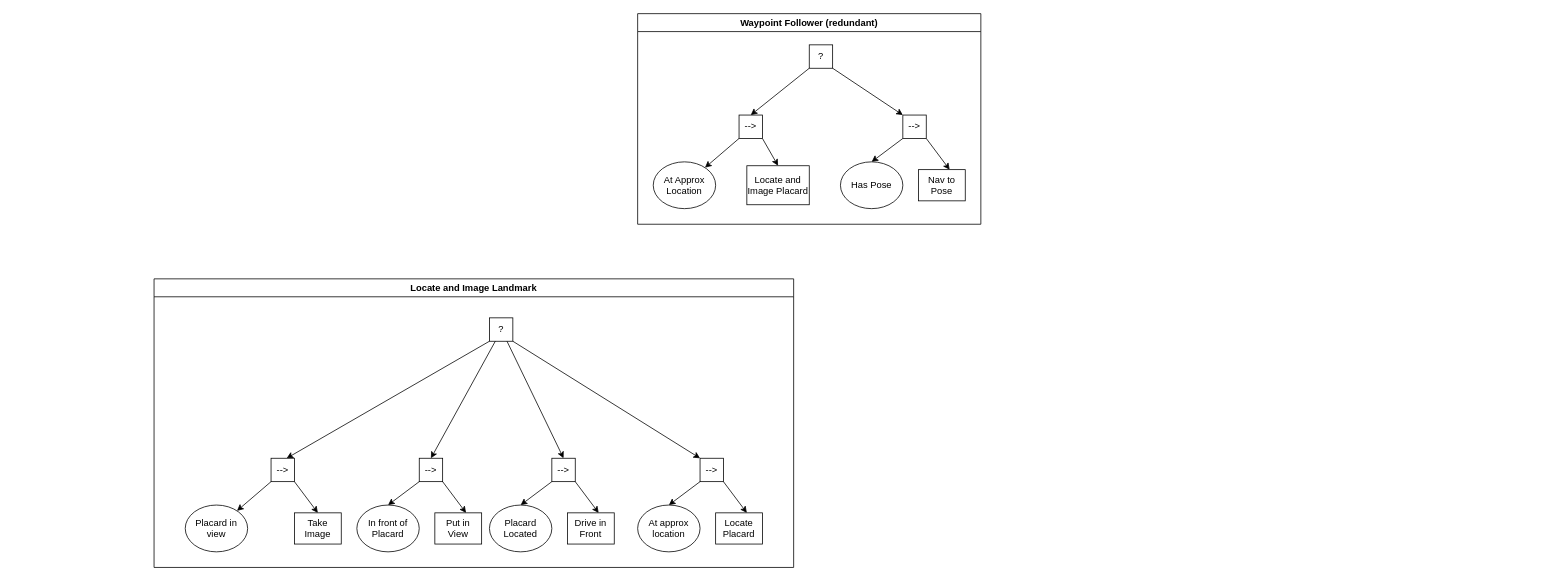
MonashNovaRover/nova keeps this draw.io diagram as src/ros/rover/core/behaviour_tree.drawio. Above is the earlier version. Source tidied: cells renumbered, new cells numbered last; positions are measured from the earlier drawing's top-left corner, leaving out a move shared by most shapes. Both pictures are drawn from the tidied source at 78%, with x=0, y=0 at pixel (154, 13).
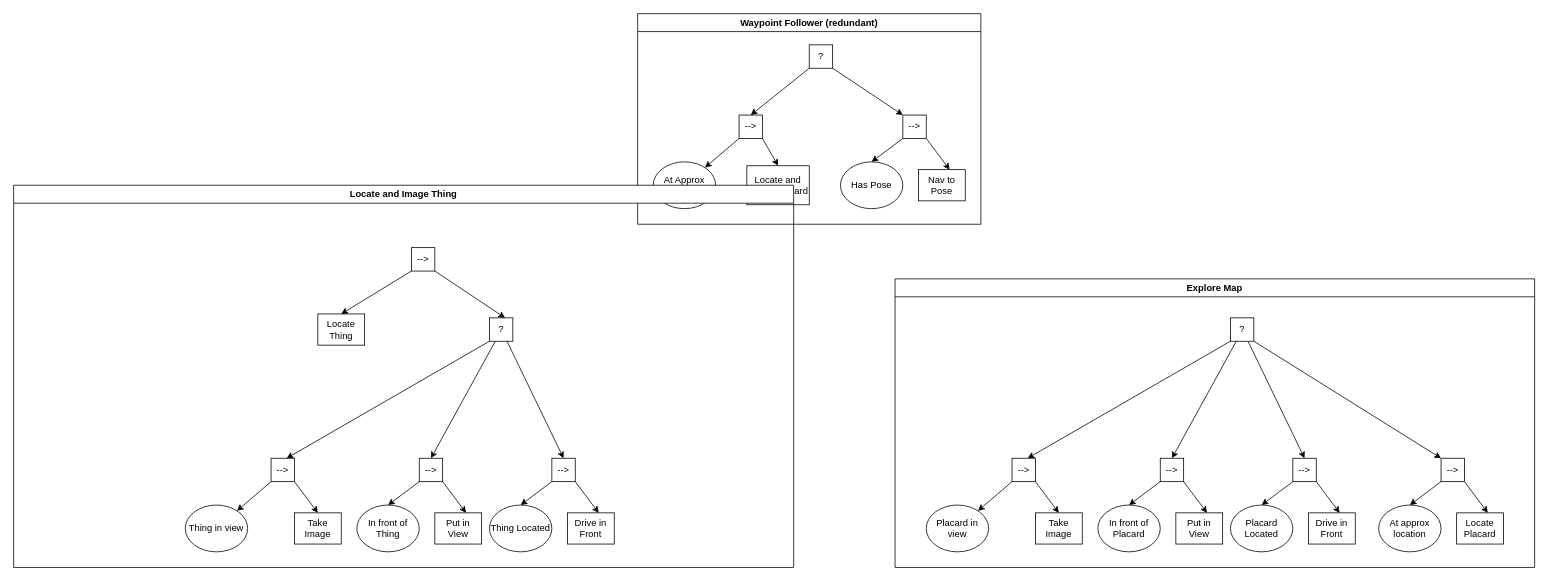
After the change.

Diff of the diagram source:
```diff
@@
-    <mxCell id="2" style="group;" parent="1" vertex="1">
-      <mxGeometry y="340" width="820" height="370" as="geometry" />
-    </mxCell>
-    <mxCell id="3" value="?" style="rounded=0;whiteSpace=wrap;html=1;" parent="2" vertex="1">
-      <mxGeometry x="430" y="50" width="30" height="30" as="geometry" />
-    </mxCell>
-    <mxCell id="4" style="endArrow=classic;html=1;rounded=0;exitX=0;exitY=1;exitDx=0;exitDy=0;" parent="2" edge="1" source="3">
-      <mxGeometry relative="1" as="geometry">
-        <mxPoint x="170" y="230" as="targetPoint" />
-      </mxGeometry>
-    </mxCell>
-    <mxCell id="5" value="--&amp;gt;" style="rounded=0;whiteSpace=wrap;html=1;" parent="2" vertex="1">
-      <mxGeometry x="150" y="230" width="30" height="30" as="geometry" />
-    </mxCell>
-    <mxCell id="6" value="--&amp;gt;" style="rounded=0;whiteSpace=wrap;html=1;" parent="2" vertex="1">
-      <mxGeometry x="700" y="230" width="30" height="30" as="geometry" />
-    </mxCell>
-    <mxCell id="7" value="--&amp;gt;" style="rounded=0;whiteSpace=wrap;html=1;" parent="2" vertex="1">
-      <mxGeometry x="510" y="230" width="30" height="30" as="geometry" />
-    </mxCell>
-    <mxCell id="8" value="--&amp;gt;" style="rounded=0;whiteSpace=wrap;html=1;" parent="2" vertex="1">
-      <mxGeometry x="340" y="230" width="30" height="30" as="geometry" />
-    </mxCell>
-    <mxCell id="9" style="endArrow=classic;html=1;rounded=0;exitX=0.25;exitY=1;exitDx=0;exitDy=0;entryX=0.5;entryY=0;entryDx=0;entryDy=0;" parent="2" edge="1" source="3" target="8">
-      <mxGeometry relative="1" as="geometry" />
-    </mxCell>
-    <mxCell id="10" style="endArrow=classic;html=1;rounded=0;exitX=0.75;exitY=1;exitDx=0;exitDy=0;entryX=0.5;entryY=0;entryDx=0;entryDy=0;" parent="2" edge="1" source="3" target="7">
-      <mxGeometry relative="1" as="geometry" />
-    </mxCell>
-    <mxCell id="11" style="endArrow=classic;html=1;rounded=0;exitX=1;exitY=1;exitDx=0;exitDy=0;entryX=0;entryY=0;entryDx=0;entryDy=0;" parent="2" edge="1" source="3" target="6">
-      <mxGeometry relative="1" as="geometry" />
-    </mxCell>
-    <mxCell id="12" style="endArrow=classic;html=1;rounded=0;exitX=0;exitY=1;exitDx=0;exitDy=0;" parent="2" edge="1" target="13">
-      <mxGeometry relative="1" as="geometry">
-        <mxPoint x="150" y="260" as="sourcePoint" />
-      </mxGeometry>
-    </mxCell>
-    <mxCell id="13" value="Placard in view" style="ellipse;whiteSpace=wrap;html=1;" parent="2" vertex="1">
-      <mxGeometry x="40" y="290" width="80" height="60" as="geometry" />
-    </mxCell>
-    <mxCell id="14" value="Take Image" style="rounded=0;whiteSpace=wrap;html=1;" parent="2" vertex="1">
-      <mxGeometry x="180" y="300" width="60" height="40" as="geometry" />
-    </mxCell>
-    <mxCell id="15" style="endArrow=classic;html=1;rounded=0;exitX=1;exitY=1;exitDx=0;exitDy=0;entryX=0.5;entryY=0;entryDx=0;entryDy=0;" parent="2" edge="1" source="5" target="14">
-      <mxGeometry relative="1" as="geometry" />
-    </mxCell>
-    <mxCell id="16" value="In front of Placard" style="ellipse;whiteSpace=wrap;html=1;" parent="2" vertex="1">
-      <mxGeometry x="260" y="290" width="80" height="60" as="geometry" />
-    </mxCell>
-    <mxCell id="17" style="endArrow=classic;html=1;rounded=0;exitX=0;exitY=1;exitDx=0;exitDy=0;" parent="2" edge="1">
-      <mxGeometry relative="1" as="geometry">
-        <mxPoint x="340" y="260" as="sourcePoint" />
-        <mxPoint x="300" y="290" as="targetPoint" />
-      </mxGeometry>
-    </mxCell>
-    <mxCell id="18" value="Put in View" style="rounded=0;whiteSpace=wrap;html=1;" parent="2" vertex="1">
-      <mxGeometry x="360" y="300" width="60" height="40" as="geometry" />
-    </mxCell>
-    <mxCell id="19" style="endArrow=classic;html=1;rounded=0;exitX=1;exitY=1;exitDx=0;exitDy=0;entryX=0.5;entryY=0;entryDx=0;entryDy=0;" parent="2" edge="1">
-      <mxGeometry relative="1" as="geometry">
-        <mxPoint x="370" y="260" as="sourcePoint" />
-        <mxPoint x="400" y="300" as="targetPoint" />
-      </mxGeometry>
-    </mxCell>
-    <mxCell id="20" value="Placard Located" style="ellipse;whiteSpace=wrap;html=1;" parent="2" vertex="1">
-      <mxGeometry x="430" y="290" width="80" height="60" as="geometry" />
-    </mxCell>
-    <mxCell id="21" style="endArrow=classic;html=1;rounded=0;exitX=0;exitY=1;exitDx=0;exitDy=0;" parent="2" edge="1">
-      <mxGeometry relative="1" as="geometry">
-        <mxPoint x="510" y="260" as="sourcePoint" />
-        <mxPoint x="470" y="290" as="targetPoint" />
-      </mxGeometry>
-    </mxCell>
-    <mxCell id="22" value="Drive in Front" style="rounded=0;whiteSpace=wrap;html=1;" parent="2" vertex="1">
-      <mxGeometry x="530" y="300" width="60" height="40" as="geometry" />
-    </mxCell>
-    <mxCell id="23" style="endArrow=classic;html=1;rounded=0;exitX=1;exitY=1;exitDx=0;exitDy=0;entryX=0.5;entryY=0;entryDx=0;entryDy=0;" parent="2" edge="1">
-      <mxGeometry relative="1" as="geometry">
-        <mxPoint x="540" y="260" as="sourcePoint" />
-        <mxPoint x="570" y="300" as="targetPoint" />
-      </mxGeometry>
-    </mxCell>
-    <mxCell id="24" value="At approx location" style="ellipse;whiteSpace=wrap;html=1;" parent="2" vertex="1">
-      <mxGeometry x="620" y="290" width="80" height="60" as="geometry" />
-    </mxCell>
-    <mxCell id="25" style="endArrow=classic;html=1;rounded=0;exitX=0;exitY=1;exitDx=0;exitDy=0;" parent="2" edge="1">
-      <mxGeometry relative="1" as="geometry">
-        <mxPoint x="700" y="260" as="sourcePoint" />
-        <mxPoint x="660" y="290" as="targetPoint" />
-      </mxGeometry>
-    </mxCell>
-    <mxCell id="26" value="Locate Placard" style="rounded=0;whiteSpace=wrap;html=1;" parent="2" vertex="1">
-      <mxGeometry x="720" y="300" width="60" height="40" as="geometry" />
-    </mxCell>
-    <mxCell id="27" style="endArrow=classic;html=1;rounded=0;exitX=1;exitY=1;exitDx=0;exitDy=0;entryX=0.5;entryY=0;entryDx=0;entryDy=0;" parent="2" edge="1">
-      <mxGeometry relative="1" as="geometry">
-        <mxPoint x="730" y="260" as="sourcePoint" />
-        <mxPoint x="760" y="300" as="targetPoint" />
-      </mxGeometry>
-    </mxCell>
-    <mxCell id="28" value="Locate and Image Landmark" style="swimlane;whiteSpace=wrap;html=1;" parent="2" vertex="1">
-      <mxGeometry width="820" height="370" as="geometry" />
-    </mxCell>
@@
+    <mxCell id="44" style="group;" parent="1" vertex="1">
+      <mxGeometry x="950" y="340" width="820" height="370" as="geometry" />
+    </mxCell>
+    <mxCell id="45" value="?" style="rounded=0;whiteSpace=wrap;html=1;" parent="44" vertex="1">
+      <mxGeometry x="430" y="50" width="30" height="30" as="geometry" />
+    </mxCell>
+    <mxCell id="46" style="endArrow=classic;html=1;rounded=0;exitX=0;exitY=1;exitDx=0;exitDy=0;" parent="44" edge="1" source="45">
+      <mxGeometry relative="1" as="geometry">
+        <mxPoint x="170" y="230" as="targetPoint" />
+      </mxGeometry>
+    </mxCell>
+    <mxCell id="47" value="--&amp;gt;" style="rounded=0;whiteSpace=wrap;html=1;" parent="44" vertex="1">
+      <mxGeometry x="150" y="230" width="30" height="30" as="geometry" />
+    </mxCell>
+    <mxCell id="48" value="--&amp;gt;" style="rounded=0;whiteSpace=wrap;html=1;" parent="44" vertex="1">
+      <mxGeometry x="700" y="230" width="30" height="30" as="geometry" />
+    </mxCell>
+    <mxCell id="49" value="--&amp;gt;" style="rounded=0;whiteSpace=wrap;html=1;" parent="44" vertex="1">
+      <mxGeometry x="510" y="230" width="30" height="30" as="geometry" />
+    </mxCell>
+    <mxCell id="50" value="--&amp;gt;" style="rounded=0;whiteSpace=wrap;html=1;" parent="44" vertex="1">
+      <mxGeometry x="340" y="230" width="30" height="30" as="geometry" />
+    </mxCell>
+    <mxCell id="51" style="endArrow=classic;html=1;rounded=0;exitX=0.25;exitY=1;exitDx=0;exitDy=0;entryX=0.5;entryY=0;entryDx=0;entryDy=0;" parent="44" edge="1" source="45" target="50">
+      <mxGeometry relative="1" as="geometry" />
+    </mxCell>
+    <mxCell id="52" style="endArrow=classic;html=1;rounded=0;exitX=0.75;exitY=1;exitDx=0;exitDy=0;entryX=0.5;entryY=0;entryDx=0;entryDy=0;" parent="44" edge="1" source="45" target="49">
+      <mxGeometry relative="1" as="geometry" />
+    </mxCell>
+    <mxCell id="53" style="endArrow=classic;html=1;rounded=0;exitX=1;exitY=1;exitDx=0;exitDy=0;entryX=0;entryY=0;entryDx=0;entryDy=0;" parent="44" edge="1" source="45" target="48">
+      <mxGeometry relative="1" as="geometry" />
+    </mxCell>
+    <mxCell id="54" style="endArrow=classic;html=1;rounded=0;exitX=0;exitY=1;exitDx=0;exitDy=0;" parent="44" edge="1" target="55">
+      <mxGeometry relative="1" as="geometry">
+        <mxPoint x="150" y="260" as="sourcePoint" />
+      </mxGeometry>
+    </mxCell>
+    <mxCell id="55" value="Placard in view" style="ellipse;whiteSpace=wrap;html=1;" parent="44" vertex="1">
+      <mxGeometry x="40" y="290" width="80" height="60" as="geometry" />
+    </mxCell>
+    <mxCell id="56" value="Take Image" style="rounded=0;whiteSpace=wrap;html=1;" parent="44" vertex="1">
+      <mxGeometry x="180" y="300" width="60" height="40" as="geometry" />
+    </mxCell>
+    <mxCell id="57" style="endArrow=classic;html=1;rounded=0;exitX=1;exitY=1;exitDx=0;exitDy=0;entryX=0.5;entryY=0;entryDx=0;entryDy=0;" parent="44" edge="1" source="47" target="56">
+      <mxGeometry relative="1" as="geometry" />
+    </mxCell>
+    <mxCell id="58" value="In front of Placard" style="ellipse;whiteSpace=wrap;html=1;" parent="44" vertex="1">
+      <mxGeometry x="260" y="290" width="80" height="60" as="geometry" />
+    </mxCell>
+    <mxCell id="59" style="endArrow=classic;html=1;rounded=0;exitX=0;exitY=1;exitDx=0;exitDy=0;" parent="44" edge="1">
+      <mxGeometry relative="1" as="geometry">
+        <mxPoint x="340" y="260" as="sourcePoint" />
+        <mxPoint x="300" y="290" as="targetPoint" />
+      </mxGeometry>
+    </mxCell>
+    <mxCell id="60" value="Put in View" style="rounded=0;whiteSpace=wrap;html=1;" parent="44" vertex="1">
+      <mxGeometry x="360" y="300" width="60" height="40" as="geometry" />
+    </mxCell>
+    <mxCell id="61" style="endArrow=classic;html=1;rounded=0;exitX=1;exitY=1;exitDx=0;exitDy=0;entryX=0.5;entryY=0;entryDx=0;entryDy=0;" parent="44" edge="1">
+      <mxGeometry relative="1" as="geometry">
+        <mxPoint x="370" y="260" as="sourcePoint" />
+        <mxPoint x="400" y="300" as="targetPoint" />
+      </mxGeometry>
+    </mxCell>
+    <mxCell id="62" value="Placard Located" style="ellipse;whiteSpace=wrap;html=1;" parent="44" vertex="1">
+      <mxGeometry x="430" y="290" width="80" height="60" as="geometry" />
+    </mxCell>
+    <mxCell id="63" style="endArrow=classic;html=1;rounded=0;exitX=0;exitY=1;exitDx=0;exitDy=0;" parent="44" edge="1">
+      <mxGeometry relative="1" as="geometry">
+        <mxPoint x="510" y="260" as="sourcePoint" />
+        <mxPoint x="470" y="290" as="targetPoint" />
+      </mxGeometry>
+    </mxCell>
+    <mxCell id="64" value="Drive in Front" style="rounded=0;whiteSpace=wrap;html=1;" parent="44" vertex="1">
+      <mxGeometry x="530" y="300" width="60" height="40" as="geometry" />
+    </mxCell>
+    <mxCell id="65" style="endArrow=classic;html=1;rounded=0;exitX=1;exitY=1;exitDx=0;exitDy=0;entryX=0.5;entryY=0;entryDx=0;entryDy=0;" parent="44" edge="1">
+      <mxGeometry relative="1" as="geometry">
+        <mxPoint x="540" y="260" as="sourcePoint" />
+        <mxPoint x="570" y="300" as="targetPoint" />
+      </mxGeometry>
+    </mxCell>
+    <mxCell id="24" value="At approx location" style="ellipse;whiteSpace=wrap;html=1;" parent="44" vertex="1">
+      <mxGeometry x="620" y="290" width="80" height="60" as="geometry" />
+    </mxCell>
+    <mxCell id="66" style="endArrow=classic;html=1;rounded=0;exitX=0;exitY=1;exitDx=0;exitDy=0;" parent="44" edge="1">
+      <mxGeometry relative="1" as="geometry">
+        <mxPoint x="700" y="260" as="sourcePoint" />
+        <mxPoint x="660" y="290" as="targetPoint" />
+      </mxGeometry>
+    </mxCell>
+    <mxCell id="67" value="Locate Placard" style="rounded=0;whiteSpace=wrap;html=1;" parent="44" vertex="1">
+      <mxGeometry x="720" y="300" width="60" height="40" as="geometry" />
+    </mxCell>
+    <mxCell id="68" style="endArrow=classic;html=1;rounded=0;exitX=1;exitY=1;exitDx=0;exitDy=0;entryX=0.5;entryY=0;entryDx=0;entryDy=0;" parent="44" edge="1">
+      <mxGeometry relative="1" as="geometry">
+        <mxPoint x="730" y="260" as="sourcePoint" />
+        <mxPoint x="760" y="300" as="targetPoint" />
+      </mxGeometry>
+    </mxCell>
+    <mxCell id="69" value="Explore Map" style="swimlane;whiteSpace=wrap;html=1;" parent="44" vertex="1">
+      <mxGeometry width="820" height="370" as="geometry" />
+    </mxCell>
+    <mxCell id="3" value="?" style="rounded=0;whiteSpace=wrap;html=1;" parent="1" vertex="1">
+      <mxGeometry x="430" y="390" width="30" height="30" as="geometry" />
+    </mxCell>
+    <mxCell id="4" style="endArrow=classic;html=1;rounded=0;exitX=0;exitY=1;exitDx=0;exitDy=0;" parent="1" edge="1" source="3">
+      <mxGeometry relative="1" as="geometry">
+        <mxPoint x="170" y="570" as="targetPoint" />
+      </mxGeometry>
+    </mxCell>
+    <mxCell id="5" value="--&amp;gt;" style="rounded=0;whiteSpace=wrap;html=1;" parent="1" vertex="1">
+      <mxGeometry x="150" y="570" width="30" height="30" as="geometry" />
+    </mxCell>
+    <mxCell id="7" value="--&amp;gt;" style="rounded=0;whiteSpace=wrap;html=1;" parent="1" vertex="1">
+      <mxGeometry x="510" y="570" width="30" height="30" as="geometry" />
+    </mxCell>
+    <mxCell id="8" value="--&amp;gt;" style="rounded=0;whiteSpace=wrap;html=1;" parent="1" vertex="1">
+      <mxGeometry x="340" y="570" width="30" height="30" as="geometry" />
+    </mxCell>
+    <mxCell id="9" style="endArrow=classic;html=1;rounded=0;exitX=0.25;exitY=1;exitDx=0;exitDy=0;entryX=0.5;entryY=0;entryDx=0;entryDy=0;" parent="1" edge="1" source="3" target="8">
+      <mxGeometry relative="1" as="geometry" />
+    </mxCell>
+    <mxCell id="10" style="endArrow=classic;html=1;rounded=0;exitX=0.75;exitY=1;exitDx=0;exitDy=0;entryX=0.5;entryY=0;entryDx=0;entryDy=0;" parent="1" edge="1" source="3" target="7">
+      <mxGeometry relative="1" as="geometry" />
+    </mxCell>
+    <mxCell id="12" style="endArrow=classic;html=1;rounded=0;exitX=0;exitY=1;exitDx=0;exitDy=0;" parent="1" edge="1" target="13">
+      <mxGeometry relative="1" as="geometry">
+        <mxPoint x="150" y="600" as="sourcePoint" />
+      </mxGeometry>
+    </mxCell>
+    <mxCell id="13" value="Thing in view" style="ellipse;whiteSpace=wrap;html=1;" parent="1" vertex="1">
+      <mxGeometry x="40" y="630" width="80" height="60" as="geometry" />
+    </mxCell>
+    <mxCell id="14" value="Take Image" style="rounded=0;whiteSpace=wrap;html=1;" parent="1" vertex="1">
+      <mxGeometry x="180" y="640" width="60" height="40" as="geometry" />
+    </mxCell>
+    <mxCell id="15" style="endArrow=classic;html=1;rounded=0;exitX=1;exitY=1;exitDx=0;exitDy=0;entryX=0.5;entryY=0;entryDx=0;entryDy=0;" parent="1" edge="1" source="5" target="14">
+      <mxGeometry relative="1" as="geometry" />
+    </mxCell>
+    <mxCell id="16" value="In front of Thing" style="ellipse;whiteSpace=wrap;html=1;" parent="1" vertex="1">
+      <mxGeometry x="260" y="630" width="80" height="60" as="geometry" />
+    </mxCell>
+    <mxCell id="17" style="endArrow=classic;html=1;rounded=0;exitX=0;exitY=1;exitDx=0;exitDy=0;" parent="1" edge="1">
+      <mxGeometry relative="1" as="geometry">
+        <mxPoint x="340" y="600" as="sourcePoint" />
+        <mxPoint x="300" y="630" as="targetPoint" />
+      </mxGeometry>
+    </mxCell>
+    <mxCell id="18" value="Put in View" style="rounded=0;whiteSpace=wrap;html=1;" parent="1" vertex="1">
+      <mxGeometry x="360" y="640" width="60" height="40" as="geometry" />
+    </mxCell>
+    <mxCell id="19" style="endArrow=classic;html=1;rounded=0;exitX=1;exitY=1;exitDx=0;exitDy=0;entryX=0.5;entryY=0;entryDx=0;entryDy=0;" parent="1" edge="1">
+      <mxGeometry relative="1" as="geometry">
+        <mxPoint x="370" y="600" as="sourcePoint" />
+        <mxPoint x="400" y="640" as="targetPoint" />
+      </mxGeometry>
+    </mxCell>
+    <mxCell id="20" value="Thing Located" style="ellipse;whiteSpace=wrap;html=1;" parent="1" vertex="1">
+      <mxGeometry x="430" y="630" width="80" height="60" as="geometry" />
+    </mxCell>
+    <mxCell id="21" style="endArrow=classic;html=1;rounded=0;exitX=0;exitY=1;exitDx=0;exitDy=0;" parent="1" edge="1">
+      <mxGeometry relative="1" as="geometry">
+        <mxPoint x="510" y="600" as="sourcePoint" />
+        <mxPoint x="470" y="630" as="targetPoint" />
+      </mxGeometry>
+    </mxCell>
+    <mxCell id="22" value="Drive in Front" style="rounded=0;whiteSpace=wrap;html=1;" parent="1" vertex="1">
+      <mxGeometry x="530" y="640" width="60" height="40" as="geometry" />
+    </mxCell>
+    <mxCell id="23" style="endArrow=classic;html=1;rounded=0;exitX=1;exitY=1;exitDx=0;exitDy=0;entryX=0.5;entryY=0;entryDx=0;entryDy=0;" parent="1" edge="1">
+      <mxGeometry relative="1" as="geometry">
+        <mxPoint x="540" y="600" as="sourcePoint" />
+        <mxPoint x="570" y="640" as="targetPoint" />
+      </mxGeometry>
+    </mxCell>
+    <mxCell id="28" value="Locate and Image Thing" style="swimlane;whiteSpace=wrap;html=1;" parent="1" vertex="1">
+      <mxGeometry x="-180" y="220" width="1000" height="490" as="geometry" />
+    </mxCell>
+    <mxCell id="6" value="--&amp;gt;" style="rounded=0;whiteSpace=wrap;html=1;" parent="28" vertex="1">
+      <mxGeometry x="510" y="80" width="30" height="30" as="geometry" />
+    </mxCell>
+    <mxCell id="26" value="Locate Thing" style="rounded=0;whiteSpace=wrap;html=1;" parent="28" vertex="1">
+      <mxGeometry x="390" y="165" width="60" height="40" as="geometry" />
+    </mxCell>
+    <mxCell id="70" style="endArrow=classic;html=1;rounded=0;entryX=0.5;entryY=0;entryDx=0;entryDy=0;exitX=0;exitY=1;exitDx=0;exitDy=0;" parent="28" edge="1" source="6" target="26">
+      <mxGeometry relative="1" as="geometry" />
+    </mxCell>
+    <mxCell id="71" style="endArrow=classic;html=1;rounded=0;exitX=1;exitY=1;exitDx=0;exitDy=0;" parent="1" edge="1" source="6">
+      <mxGeometry relative="1" as="geometry">
+        <mxPoint x="450" y="390" as="targetPoint" />
+      </mxGeometry>
+    </mxCell>
```
